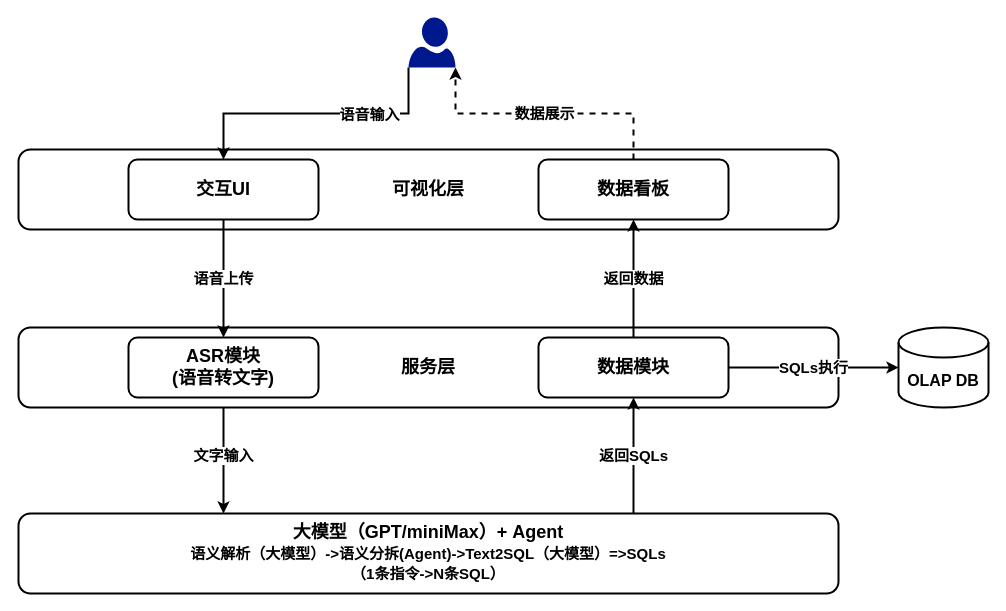
Earlier version of the draw.io diagram page "ChatBI" (15 of 16) of indicator-platform.drawio (jackie-thank/beego-authz). Source tidied: cells renumbered, new cells numbered last; positions are measured from the earlier drawing's top-left corner, leaving out a move shared by most shapes. Both pictures are drawn from the tidied source at 100%, with x=0, y=0 at pixel (18, 17).
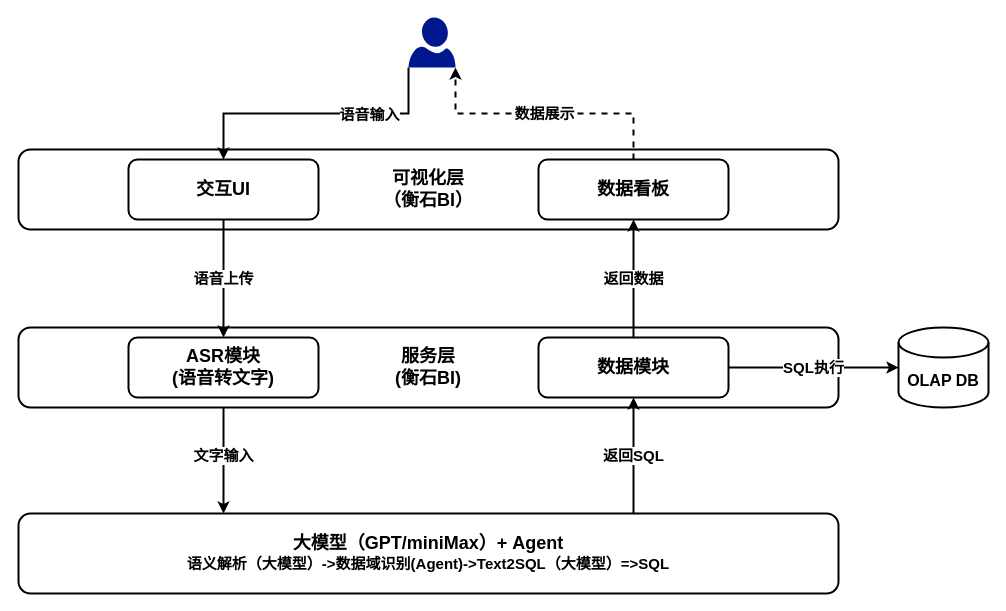
The same page after the edit.

What changed in the source:
```diff
@@
 <mxGraphModel>
   <root>
     <mxCell id="0" />
     <mxCell id="1" parent="0" />
-    <mxCell id="2" value="可视化层" style="rounded=1;whiteSpace=wrap;html=1;strokeWidth=2;fontSize=18;fontStyle=1;" parent="1" vertex="1">
+    <mxCell id="2" value="&lt;div&gt;可视化层&lt;/div&gt;&lt;div&gt;（衡石BI）&lt;br&gt;&lt;/div&gt;" style="rounded=1;whiteSpace=wrap;html=1;strokeWidth=2;fontSize=18;fontStyle=1;" parent="1" vertex="1">
       <mxGeometry y="132" width="820" height="80" as="geometry" />
     </mxCell>
     <mxCell id="3" value="交互UI" style="rounded=1;whiteSpace=wrap;html=1;strokeWidth=2;fontSize=18;fontStyle=1;" parent="1" vertex="1">
       <mxGeometry x="110" y="142" width="190" height="60" as="geometry" />
     </mxCell>
     <mxCell id="4" value="数据看板" style="rounded=1;whiteSpace=wrap;html=1;strokeWidth=2;fontSize=18;fontStyle=1;" parent="1" vertex="1">
       <mxGeometry x="520" y="142" width="190" height="60" as="geometry" />
     </mxCell>
     <mxCell id="5" value="文字输入" style="edgeStyle=orthogonalEdgeStyle;rounded=0;jettySize=auto;html=1;exitX=0.5;exitY=1;exitDx=0;exitDy=0;entryX=0.25;entryY=0;entryDx=0;entryDy=0;fontSize=15;fontStyle=1;strokeWidth=2;" parent="1" edge="1" source="9" target="7">
       <mxGeometry relative="1" as="geometry" />
     </mxCell>
-    <mxCell id="6" value="服务层" style="rounded=1;whiteSpace=wrap;html=1;strokeWidth=2;fontSize=18;fontStyle=1;" parent="1" vertex="1">
+    <mxCell id="6" value="&lt;div&gt;服务层&lt;/div&gt;&lt;div&gt;(衡石BI)&lt;br&gt;&lt;/div&gt;" style="rounded=1;whiteSpace=wrap;html=1;strokeWidth=2;fontSize=18;fontStyle=1;" parent="1" vertex="1">
       <mxGeometry y="310" width="820" height="80" as="geometry" />
     </mxCell>
-    <mxCell id="7" value="&lt;div&gt;大模型（GPT/miniMax）+ Agent&lt;br&gt;&lt;/div&gt;&lt;div style=&quot;font-size: 17px;&quot;&gt;&lt;font style=&quot;font-size: 15px;&quot;&gt;语义解析（大模型）-&amp;gt;语义分拆(Agent)-&amp;gt;Text2SQL（大模型）=&amp;gt;SQLs&lt;/font&gt;&lt;/div&gt;&lt;div style=&quot;font-size: 17px;&quot;&gt;&lt;font style=&quot;font-size: 15px;&quot;&gt;（1条指令-&amp;gt;N条SQL）&lt;/font&gt;&lt;br&gt;&lt;/div&gt;" style="rounded=1;whiteSpace=wrap;html=1;strokeWidth=2;fontSize=18;fontStyle=1;" parent="1" vertex="1">
+    <mxCell id="7" value="&lt;div&gt;大模型（GPT/miniMax）+ Agent&lt;br&gt;&lt;/div&gt;&lt;div style=&quot;font-size: 17px;&quot;&gt;&lt;font style=&quot;font-size: 15px;&quot;&gt;语义解析（大模型）-&amp;gt;数据域识别(Agent)-&amp;gt;Text2SQL（大模型）=&amp;gt;SQL&lt;/font&gt;&lt;/div&gt;" style="rounded=1;whiteSpace=wrap;html=1;strokeWidth=2;fontSize=18;fontStyle=1;" parent="1" vertex="1">
       <mxGeometry y="496" width="820" height="80" as="geometry" />
     </mxCell>
     <mxCell id="8" value="语音上传" style="edgeStyle=orthogonalEdgeStyle;rounded=0;jettySize=auto;html=1;exitX=0.5;exitY=1;exitDx=0;exitDy=0;fontSize=15;fontStyle=1;strokeWidth=2;" parent="1" edge="1" source="3" target="9">
       <mxGeometry relative="1" as="geometry" />
     </mxCell>
     <mxCell id="9" value="&lt;div&gt;ASR模块&lt;/div&gt;&lt;div&gt;(语音转文字)&lt;br&gt;&lt;/div&gt;" style="rounded=1;whiteSpace=wrap;html=1;strokeWidth=2;fontSize=18;fontStyle=1;" parent="1" vertex="1">
       <mxGeometry x="110" y="320" width="190" height="60" as="geometry" />
     </mxCell>
     <mxCell id="10" value="返回数据" style="edgeStyle=orthogonalEdgeStyle;rounded=0;jettySize=auto;html=1;exitX=0.5;exitY=0;exitDx=0;exitDy=0;fontSize=15;fontStyle=1;strokeWidth=2;" parent="1" edge="1" source="12" target="4">
       <mxGeometry relative="1" as="geometry" />
     </mxCell>
-    <mxCell id="11" value="SQLs执行" style="edgeStyle=orthogonalEdgeStyle;rounded=0;jettySize=auto;html=1;exitX=1;exitY=0.5;exitDx=0;exitDy=0;fontSize=15;fontStyle=1;strokeWidth=2;" parent="1" edge="1" source="12" target="14">
+    <mxCell id="11" value="SQL执行" style="edgeStyle=orthogonalEdgeStyle;rounded=0;jettySize=auto;html=1;exitX=1;exitY=0.5;exitDx=0;exitDy=0;fontSize=15;fontStyle=1;strokeWidth=2;" parent="1" edge="1" source="12" target="14">
       <mxGeometry relative="1" as="geometry" />
     </mxCell>
     <mxCell id="12" value="数据模块" style="rounded=1;whiteSpace=wrap;html=1;strokeWidth=2;fontSize=18;fontStyle=1;" parent="1" vertex="1">
       <mxGeometry x="520" y="320" width="190" height="60" as="geometry" />
     </mxCell>
-    <mxCell id="13" value="返回SQLs" style="edgeStyle=orthogonalEdgeStyle;rounded=0;jettySize=auto;html=1;exitX=0.75;exitY=0;exitDx=0;exitDy=0;entryX=0.5;entryY=1;entryDx=0;entryDy=0;fontSize=15;fontStyle=1;strokeWidth=2;" parent="1" edge="1" source="7" target="12">
+    <mxCell id="13" value="返回SQL" style="edgeStyle=orthogonalEdgeStyle;rounded=0;jettySize=auto;html=1;exitX=0.75;exitY=0;exitDx=0;exitDy=0;entryX=0.5;entryY=1;entryDx=0;entryDy=0;fontSize=15;fontStyle=1;strokeWidth=2;" parent="1" edge="1" source="7" target="12">
       <mxGeometry relative="1" as="geometry" />
     </mxCell>
     <mxCell id="14" value="OLAP DB" style="shape=cylinder3;whiteSpace=wrap;html=1;boundedLbl=1;backgroundOutline=1;size=15;strokeWidth=2;fontSize=16;fontStyle=1;" parent="1" vertex="1">
       <mxGeometry x="880" y="310" width="90" height="80" as="geometry" />
     </mxCell>
     <mxCell id="15" style="edgeStyle=orthogonalEdgeStyle;rounded=0;jettySize=auto;html=1;exitX=0;exitY=1;exitDx=0;exitDy=0;exitPerimeter=0;strokeWidth=2;fontSize=15;fontStyle=1;" parent="1" edge="1" source="17" target="3">
       <mxGeometry relative="1" as="geometry" />
     </mxCell>
     <mxCell id="16" value="语音输入" style="edgeLabel;html=1;align=center;verticalAlign=middle;fontSize=15;fontStyle=1;" parent="15" vertex="1">
       <mxGeometry x="-0.38" relative="1" as="geometry" />
     </mxCell>
     <mxCell id="17" style="sketch=0;shadow=0;dashed=0;html=1;strokeColor=none;labelPosition=center;verticalLabelPosition=bottom;verticalAlign=top;align=center;fillColor=#00188D;shape=mxgraph.azure.user;" parent="1" vertex="1">
       <mxGeometry x="390" width="47" height="50" as="geometry" />
     </mxCell>
     <mxCell id="18" value="数据展示" style="edgeStyle=orthogonalEdgeStyle;rounded=0;jettySize=auto;html=1;exitX=0.5;exitY=0;exitDx=0;exitDy=0;entryX=1;entryY=1;entryDx=0;entryDy=0;entryPerimeter=0;strokeWidth=2;fontSize=15;fontStyle=1;dashed=1;" parent="1" edge="1" source="4" target="17">
       <mxGeometry relative="1" as="geometry" />
     </mxCell>
   </root>
 </mxGraphModel>
```
